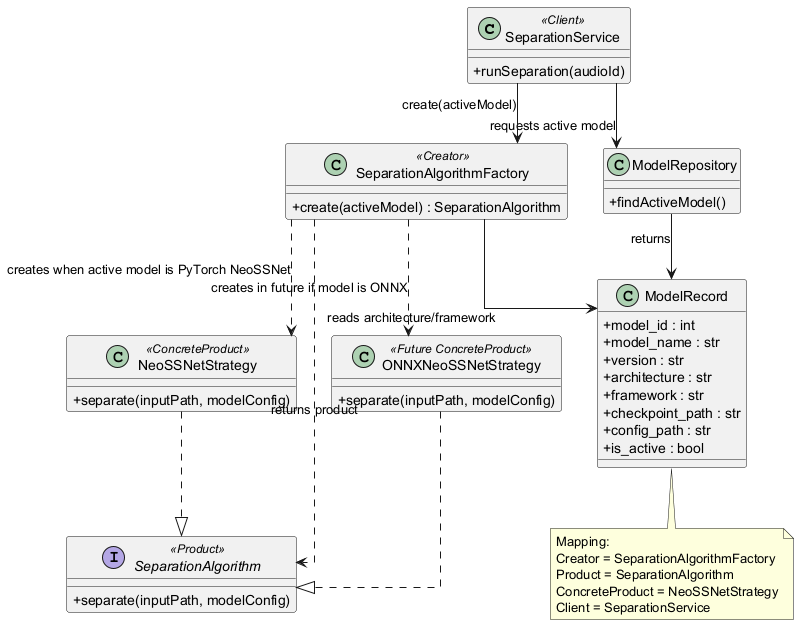
This is docs/software_design_report/diagrams/img/factory_method_project.png from ASHRAF-2004/Machine-Learning-Based-System-for-Cardiopulmonary-Sound-Separation, a PlantUML export, as it was before one commit. Source of this version:
```plantuml
@startuml

skinparam classAttributeIconSize 0
skinparam shadowing false
skinparam linetype ortho

class SeparationService <<Client>> {
  +runSeparation(audioId)
}

class SeparationAlgorithmFactory <<Creator>> {
  +create(activeModel) : SeparationAlgorithm
}

interface SeparationAlgorithm <<Product>> {
  +separate(inputPath, modelConfig)
}

class NeoSSNetStrategy <<ConcreteProduct>> {
  +separate(inputPath, modelConfig)
}

class ONNXNeoSSNetStrategy <<Future ConcreteProduct>> {
  +separate(inputPath, modelConfig)
}

class ModelRepository {
  +findActiveModel()
}

class ModelRecord {
  +model_id : int
  +model_name : str
  +version : str
  +architecture : str
  +framework : str
  +checkpoint_path : str
  +config_path : str
  +is_active : bool
}

SeparationService --> ModelRepository : requests active model
SeparationService --> SeparationAlgorithmFactory : create(activeModel)
SeparationAlgorithmFactory ..> SeparationAlgorithm : returns product
SeparationAlgorithmFactory --> ModelRecord : reads architecture/framework
ModelRepository --> ModelRecord : returns
NeoSSNetStrategy ..|> SeparationAlgorithm
ONNXNeoSSNetStrategy ..|> SeparationAlgorithm
SeparationAlgorithmFactory ..> NeoSSNetStrategy : creates when active model is PyTorch NeoSSNet
SeparationAlgorithmFactory ..> ONNXNeoSSNetStrategy : creates in future if model is ONNX

note bottom
  Mapping:
  Creator = SeparationAlgorithmFactory
  Product = SeparationAlgorithm
  ConcreteProduct = NeoSSNetStrategy
  Client = SeparationService
end note

@enduml
```
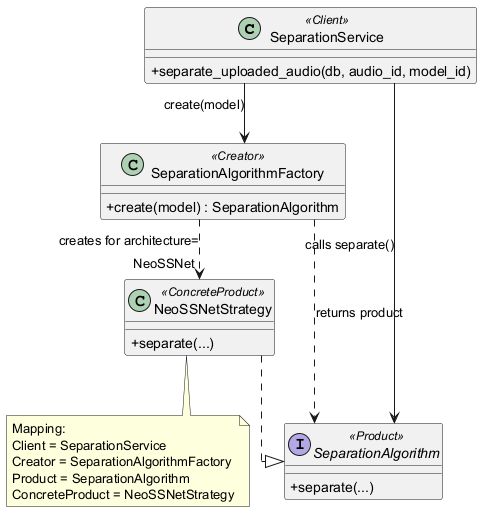
Later version of the same file.

The edit, as a diff of the source:
```diff
@@ -4,57 +4,34 @@
 skinparam shadowing false
 skinparam linetype ortho
 
-class SeparationService <<Client>> {
-  +runSeparation(audioId)
+class "SeparationService" as SeparationService <<Client>> {
+  +separate_uploaded_audio(db, audio_id, model_id)
 }
 
 class SeparationAlgorithmFactory <<Creator>> {
-  +create(activeModel) : SeparationAlgorithm
+  +create(model) : SeparationAlgorithm
 }
 
 interface SeparationAlgorithm <<Product>> {
-  +separate(inputPath, modelConfig)
+  +separate(...)
 }
 
 class NeoSSNetStrategy <<ConcreteProduct>> {
-  +separate(inputPath, modelConfig)
+  +separate(...)
 }
 
-class ONNXNeoSSNetStrategy <<Future ConcreteProduct>> {
-  +separate(inputPath, modelConfig)
-}
-
-class ModelRepository {
-  +findActiveModel()
-}
-
-class ModelRecord {
-  +model_id : int
-  +model_name : str
-  +version : str
-  +architecture : str
-  +framework : str
-  +checkpoint_path : str
-  +config_path : str
-  +is_active : bool
-}
-
-SeparationService --> ModelRepository : requests active model
-SeparationService --> SeparationAlgorithmFactory : create(activeModel)
+SeparationService --> SeparationAlgorithmFactory : create(model)
 SeparationAlgorithmFactory ..> SeparationAlgorithm : returns product
-SeparationAlgorithmFactory --> ModelRecord : reads architecture/framework
-ModelRepository --> ModelRecord : returns
+SeparationAlgorithmFactory ..> NeoSSNetStrategy : creates for architecture="NeoSSNet"
 NeoSSNetStrategy ..|> SeparationAlgorithm
-ONNXNeoSSNetStrategy ..|> SeparationAlgorithm
-SeparationAlgorithmFactory ..> NeoSSNetStrategy : creates when active model is PyTorch NeoSSNet
-SeparationAlgorithmFactory ..> ONNXNeoSSNetStrategy : creates in future if model is ONNX
+SeparationService --> SeparationAlgorithm : calls separate()
 
 note bottom
   Mapping:
+  Client = SeparationService
   Creator = SeparationAlgorithmFactory
   Product = SeparationAlgorithm
   ConcreteProduct = NeoSSNetStrategy
-  Client = SeparationService
 end note
 
 @enduml
```
